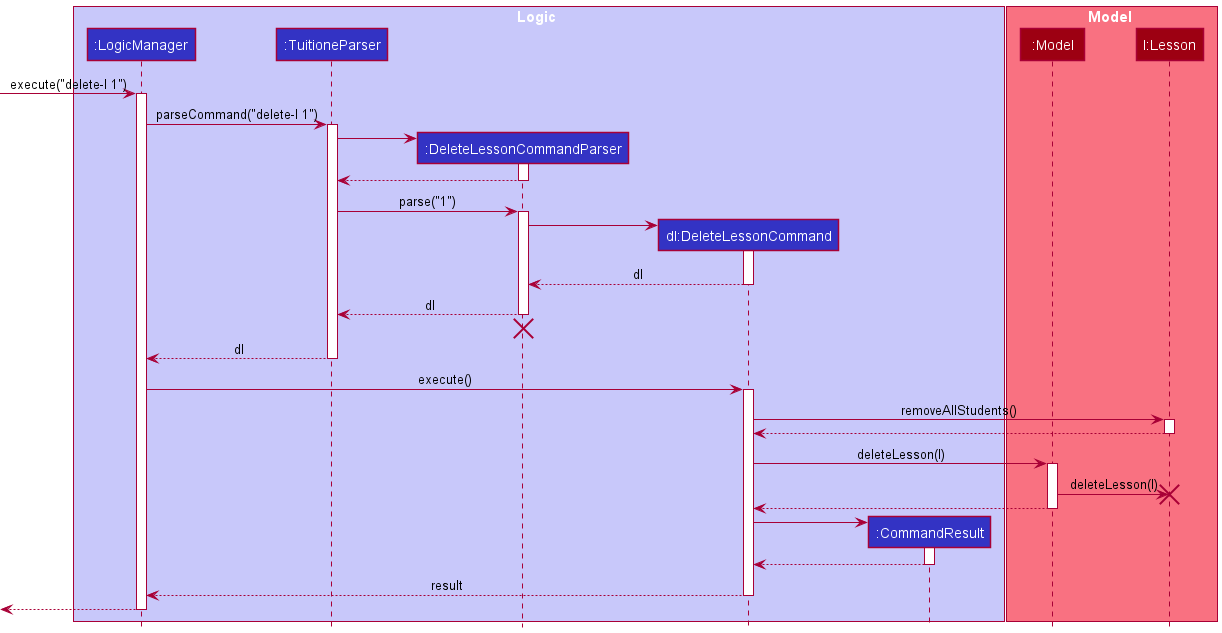
nus-cs2103-AY2122S1/tp keeps this PlantUML diagram as docs/images/DeveloperGuideImage/DeleteLessonSequenceDiagram.png. Above is the earlier version. Source of this version:
```plantuml
@startuml
!include style.puml

box Logic LOGIC_COLOR_T1
participant ":LogicManager" as LogicManager LOGIC_COLOR
participant ":TuitioneParser" as TuitioneParser LOGIC_COLOR
participant ":DeleteLessonCommandParser" as DeleteLessonCommandParser LOGIC_COLOR
participant "dl:DeleteLessonCommand" as DeleteLessonCommand LOGIC_COLOR
participant ":CommandResult" as CommandResult LOGIC_COLOR
end box

box Model MODEL_COLOR_T1
participant ":Model" as Model MODEL_COLOR
participant "l:Lesson" as Lesson MODEL_COLOR
end box

[-> LogicManager : execute("delete-l 1")
activate LogicManager

LogicManager -> TuitioneParser : parseCommand("delete-l 1")
activate TuitioneParser

create DeleteLessonCommandParser
TuitioneParser -> DeleteLessonCommandParser
activate DeleteLessonCommandParser

DeleteLessonCommandParser --> TuitioneParser
deactivate DeleteLessonCommandParser

TuitioneParser -> DeleteLessonCommandParser : parse("1")
activate DeleteLessonCommandParser

create DeleteLessonCommand
DeleteLessonCommandParser -> DeleteLessonCommand
activate DeleteLessonCommand

DeleteLessonCommand --> DeleteLessonCommandParser : dl
deactivate DeleteLessonCommand

DeleteLessonCommandParser --> TuitioneParser : dl
deactivate DeleteLessonCommandParser
DeleteLessonCommandParser -[hidden]-> TuitioneParser
destroy DeleteLessonCommandParser

TuitioneParser --> LogicManager : dl
deactivate TuitioneParser

LogicManager -> DeleteLessonCommand : execute()
activate DeleteLessonCommand

DeleteLessonCommand -> Lesson : removeAllStudents()
activate Lesson

Lesson --> DeleteLessonCommand
deactivate Lesson

DeleteLessonCommand -> Model : deleteLesson(l)
activate Model

Model -> Lesson : deleteLesson(l)
destroy Lesson

Model --> DeleteLessonCommand
deactivate Model

create CommandResult
DeleteLessonCommand -> CommandResult
activate CommandResult

CommandResult --> DeleteLessonCommand
deactivate CommandResult

DeleteLessonCommand --> LogicManager : result
deactivate DeleteLessonCommand

[<--LogicManager
deactivate LogicManager
@enduml
```
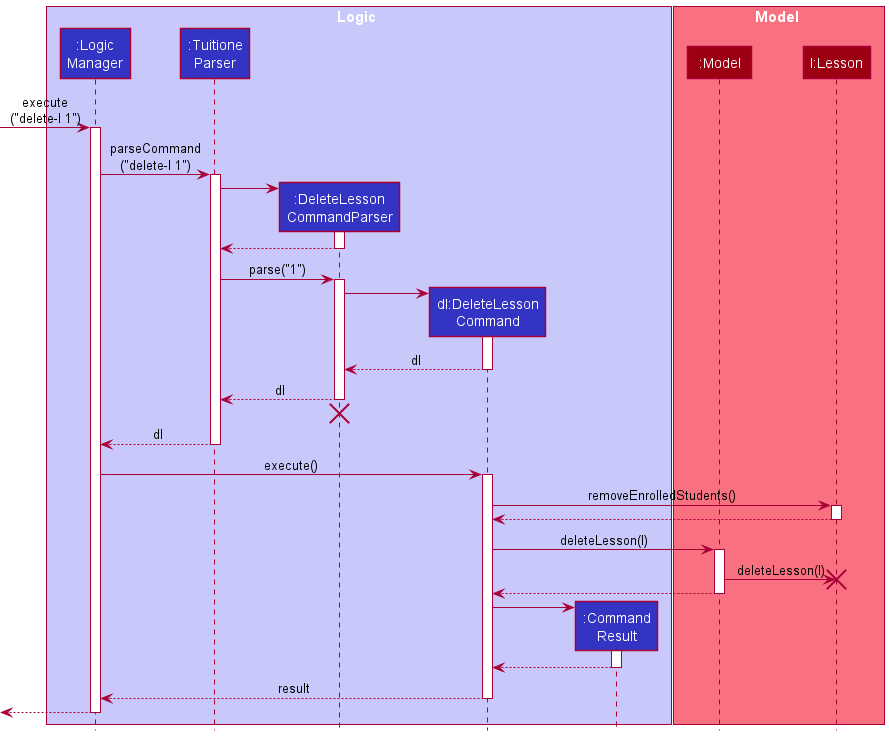
After the commit.

What changed in the source:
```diff
@@ -2,11 +2,11 @@
 !include style.puml
 
 box Logic LOGIC_COLOR_T1
-participant ":LogicManager" as LogicManager LOGIC_COLOR
-participant ":TuitioneParser" as TuitioneParser LOGIC_COLOR
-participant ":DeleteLessonCommandParser" as DeleteLessonCommandParser LOGIC_COLOR
-participant "dl:DeleteLessonCommand" as DeleteLessonCommand LOGIC_COLOR
-participant ":CommandResult" as CommandResult LOGIC_COLOR
+participant ":Logic\nManager" as LogicManager LOGIC_COLOR
+participant ":Tuitione\nParser" as TuitioneParser LOGIC_COLOR
+participant ":DeleteLesson\nCommandParser" as DeleteLessonCommandParser LOGIC_COLOR
+participant "dl:DeleteLesson\nCommand" as DeleteLessonCommand LOGIC_COLOR
+participant ":Command\nResult" as CommandResult LOGIC_COLOR
 end box
 
 box Model MODEL_COLOR_T1
@@ -14,10 +14,10 @@
 participant "l:Lesson" as Lesson MODEL_COLOR
 end box
 
-[-> LogicManager : execute("delete-l 1")
+[-> LogicManager : execute\n("delete-l 1")
 activate LogicManager
 
-LogicManager -> TuitioneParser : parseCommand("delete-l 1")
+LogicManager -> TuitioneParser : parseCommand\n("delete-l 1")
 activate TuitioneParser
 
 create DeleteLessonCommandParser
@@ -48,7 +48,7 @@
 LogicManager -> DeleteLessonCommand : execute()
 activate DeleteLessonCommand
 
-DeleteLessonCommand -> Lesson : removeAllStudents()
+DeleteLessonCommand -> Lesson : removeEnrolledStudents()
 activate Lesson
 
 Lesson --> DeleteLessonCommand
```
